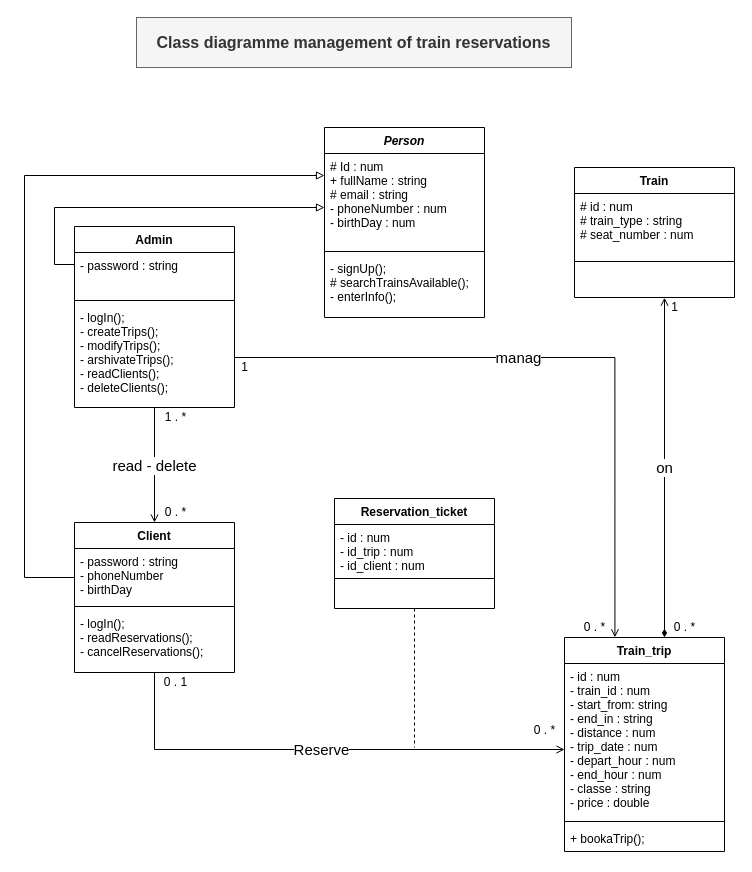
This is UML/diagram-class.drawio from daalimouhcine/save_train, a draw.io file, before an edit. Source tidied: cells renumbered, new cells numbered last; positions are measured from the earlier drawing's top-left corner, leaving out a move shared by most shapes. Both pictures are drawn from the tidied source at 100%, with x=0, y=0 at pixel (24, 17).
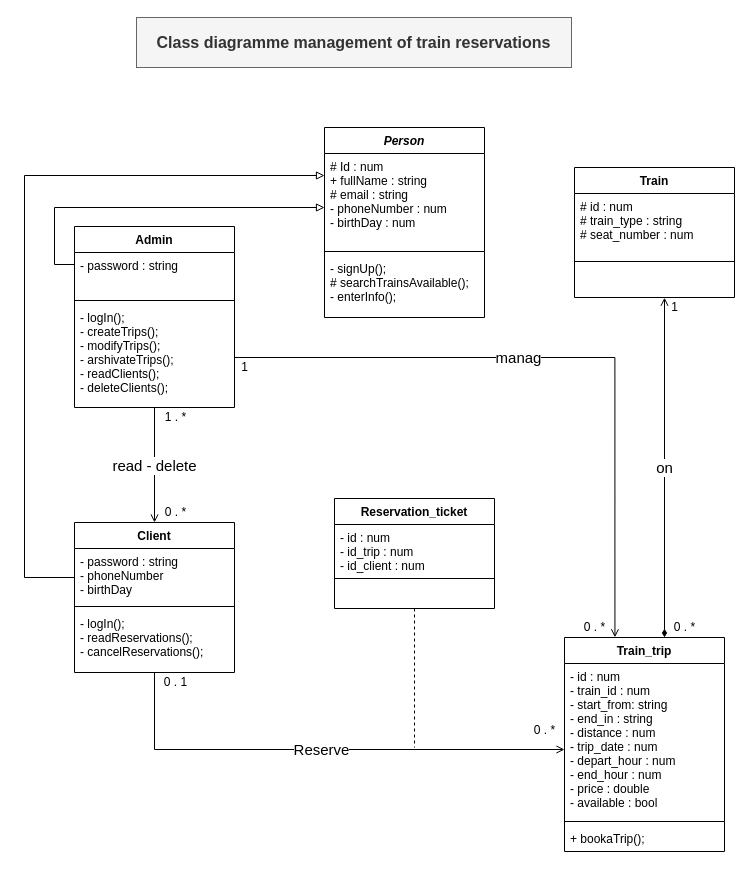
The same diagram, later.

Commit message (it also covers changes not shown here):
delete class proprity from the trip class

Unchanged cells that the change refers to:
```xml
<mxCell id="11" value="Train_trip" style="swimlane;fontStyle=1;align=center;verticalAlign=top;horizontal=1;startSize=26;rounded=0;shadow=0;strokeWidth=1;" parent="1" vertex="1">
  <mxGeometry x="540" y="620" width="160" height="214" as="geometry" />
</mxCell>
```

Diff of the diagram source:
```diff
@@
-    <mxCell id="12" value="- id : num&#10;- train_id : num&#10;- start_from: string&#10;- end_in : string&#10;- distance : num&#10;- trip_date : num&#10;- depart_hour : num&#10;- end_hour : num&#10;- classe : string&#10;- price : double" style="text;align=left;verticalAlign=top;spacingLeft=4;spacingRight=4;overflow=hidden;rounded=0;shadow=0;html=0;" parent="11" vertex="1">
+    <mxCell id="12" value="- id : num&#10;- train_id : num&#10;- start_from: string&#10;- end_in : string&#10;- distance : num&#10;- trip_date : num&#10;- depart_hour : num&#10;- end_hour : num&#10;- price : double&#10;- available : bool" style="text;align=left;verticalAlign=top;spacingLeft=4;spacingRight=4;overflow=hidden;rounded=0;shadow=0;html=0;" parent="11" vertex="1">
       <mxGeometry y="26" width="160" height="154" as="geometry" />
     </mxCell>
```
